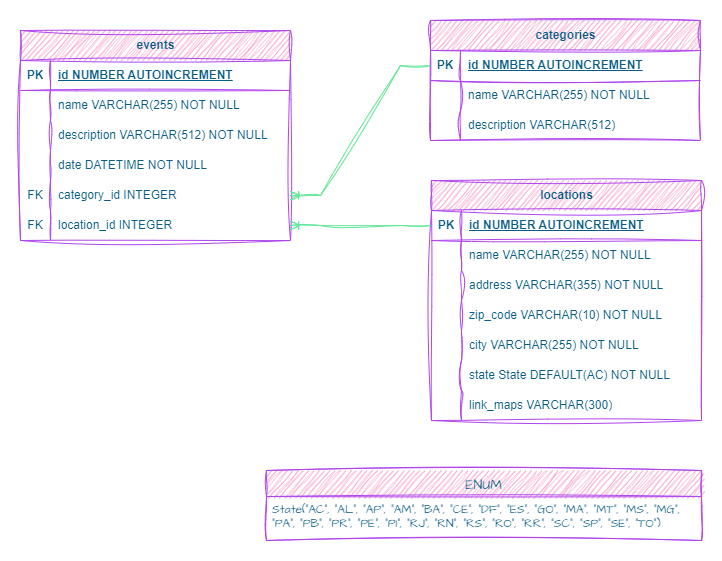
Above: DER.png in AvantiHeadHunters/gerenciamento-eventos-culturais (draw.io), before the change. Source tidied: cells renumbered, new cells last; positions are measured from the earlier drawing's top-left corner, leaving out a move shared by most shapes.
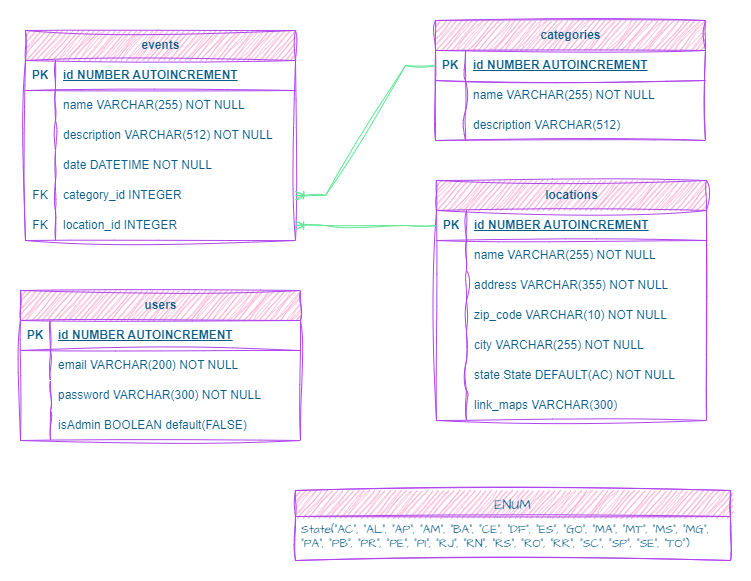
Above is the later version.

Diff of the diagram source:
```diff
@@ -162,7 +162,7 @@
       <mxGeometry relative="1" as="geometry" />
     </mxCell>
     <mxCell id="55" value="ENUM" style="swimlane;fontStyle=0;horizontal=1;startSize=26;align=center;fontSize=14;sketch=1;hachureGap=4;jiggle=2;curveFitting=1;fontFamily=Architects Daughter;fontSource=https%3A%2F%2Ffonts.googleapis.com%2Fcss%3Ffamily%3DArchitects%2BDaughter;labelBackgroundColor=none;fillColor=#F694C1;strokeColor=#AF45ED;fontColor=#095C86;" parent="1" vertex="1">
-      <mxGeometry x="246" y="450" width="435" height="70" as="geometry" />
+      <mxGeometry x="270" y="470" width="435" height="70" as="geometry" />
     </mxCell>
     <mxCell id="56" value="State(&quot;AC&quot;, &quot;AL&quot;, &quot;AP&quot;, &quot;AM&quot;, &quot;BA&quot;, &quot;CE&quot;, &quot;DF&quot;, &quot;ES&quot;, &quot;GO&quot;, &quot;MA&quot;, &quot;MT&quot;, &quot;MS&quot;, &quot;MG&quot;, &quot;PA&quot;, &quot;PB&quot;, &quot;PR&quot;, &quot;PE&quot;, &quot;PI&quot;, &quot;RJ&quot;, &quot;RN&quot;, &quot;RS&quot;, &quot;RO&quot;, &quot;RR&quot;, &quot;SC&quot;, &quot;SP&quot;, &quot;SE&quot;, &quot;TO&quot;)" style="text;strokeColor=none;fillColor=none;spacingLeft=4;spacingRight=4;overflow=hidden;fontSize=12;whiteSpace=wrap;html=1;fontFamily=Architects Daughter;fontSource=https%3A%2F%2Ffonts.googleapis.com%2Fcss%3Ffamily%3DArchitects%2BDaughter;labelBackgroundColor=none;fontColor=#095C86;" parent="55" vertex="1">
       <mxGeometry y="26" width="435" height="30" as="geometry" />
@@ -170,5 +170,44 @@
     <mxCell id="57" style="text;strokeColor=none;fillColor=none;spacingLeft=4;spacingRight=4;overflow=hidden;fontSize=12;whiteSpace=wrap;html=1;fontFamily=Architects Daughter;fontSource=https%3A%2F%2Ffonts.googleapis.com%2Fcss%3Ffamily%3DArchitects%2BDaughter;labelBackgroundColor=none;fontColor=#095C86;" parent="55" vertex="1">
       <mxGeometry y="56" width="435" height="14" as="geometry" />
     </mxCell>
+    <mxCell id="58" value="users" style="shape=table;startSize=30;rowLines=0;fontStyle=1;align=center;html=1;labelBackgroundColor=none;fillColor=#F694C1;strokeColor=#AF45ED;fontColor=#095C86;sketch=1;curveFitting=1;jiggle=2;" parent="1" vertex="1">
+      <mxGeometry x="-5" y="270" width="280" height="150" as="geometry" />
+    </mxCell>
+    <mxCell id="59" style="shape=tableRow;horizontal=0;startSize=0;swimlaneHead=0;swimlaneBody=0;fillColor=none;top=0;left=0;right=0;bottom=1;labelBackgroundColor=none;strokeColor=#AF45ED;fontColor=#095C86;sketch=1;curveFitting=1;jiggle=2;" parent="58" vertex="1">
+      <mxGeometry y="30" width="280" height="30" as="geometry" />
+    </mxCell>
+    <mxCell id="60" value="PK" style="shape=partialRectangle;fillColor=none;top=0;left=0;bottom=0;right=0;fontStyle=1;overflow=hidden;whiteSpace=wrap;html=1;labelBackgroundColor=none;strokeColor=#AF45ED;fontColor=#095C86;sketch=1;curveFitting=1;jiggle=2;" parent="59" vertex="1">
+      <mxGeometry width="30" height="30" as="geometry" />
+    </mxCell>
+    <mxCell id="61" value="id NUMBER AUTOINCREMENT" style="shape=partialRectangle;fillColor=none;top=0;left=0;bottom=0;right=0;align=left;spacingLeft=6;fontStyle=5;overflow=hidden;whiteSpace=wrap;html=1;labelBackgroundColor=none;strokeColor=#AF45ED;fontColor=#095C86;sketch=1;curveFitting=1;jiggle=2;" parent="59" vertex="1">
+      <mxGeometry x="30" width="250" height="30" as="geometry" />
+    </mxCell>
+    <mxCell id="62" style="shape=tableRow;horizontal=0;startSize=0;swimlaneHead=0;swimlaneBody=0;fillColor=none;top=0;left=0;right=0;bottom=0;labelBackgroundColor=none;strokeColor=#AF45ED;fontColor=#095C86;sketch=1;curveFitting=1;jiggle=2;" parent="58" vertex="1">
+      <mxGeometry y="60" width="280" height="30" as="geometry" />
+    </mxCell>
+    <mxCell id="63" style="shape=partialRectangle;fillColor=none;top=0;left=0;bottom=0;right=0;overflow=hidden;whiteSpace=wrap;html=1;labelBackgroundColor=none;strokeColor=#AF45ED;fontColor=#095C86;sketch=1;curveFitting=1;jiggle=2;" parent="62" vertex="1">
+      <mxGeometry width="30" height="30" as="geometry" />
+    </mxCell>
+    <mxCell id="64" value="email VARCHAR(200) NOT NULL" style="shape=partialRectangle;fillColor=none;top=0;left=0;bottom=0;right=0;align=left;spacingLeft=6;overflow=hidden;whiteSpace=wrap;html=1;labelBackgroundColor=none;strokeColor=#AF45ED;fontColor=#095C86;sketch=1;curveFitting=1;jiggle=2;" parent="62" vertex="1">
+      <mxGeometry x="30" width="250" height="30" as="geometry" />
+    </mxCell>
+    <mxCell id="65" style="shape=tableRow;horizontal=0;startSize=0;swimlaneHead=0;swimlaneBody=0;fillColor=none;top=0;left=0;right=0;bottom=0;labelBackgroundColor=none;strokeColor=#AF45ED;fontColor=#095C86;sketch=1;curveFitting=1;jiggle=2;" parent="58" vertex="1">
+      <mxGeometry y="90" width="280" height="30" as="geometry" />
+    </mxCell>
+    <mxCell id="66" style="shape=partialRectangle;fillColor=none;top=0;left=0;bottom=0;right=0;overflow=hidden;whiteSpace=wrap;html=1;labelBackgroundColor=none;strokeColor=#AF45ED;fontColor=#095C86;sketch=1;curveFitting=1;jiggle=2;" parent="65" vertex="1">
+      <mxGeometry width="30" height="30" as="geometry" />
+    </mxCell>
+    <mxCell id="67" value="password VARCHAR(300) NOT NULL" style="shape=partialRectangle;fillColor=none;top=0;left=0;bottom=0;right=0;align=left;spacingLeft=6;overflow=hidden;whiteSpace=wrap;html=1;labelBackgroundColor=none;strokeColor=#AF45ED;fontColor=#095C86;sketch=1;curveFitting=1;jiggle=2;" parent="65" vertex="1">
+      <mxGeometry x="30" width="250" height="30" as="geometry" />
+    </mxCell>
+    <mxCell id="68" style="shape=tableRow;horizontal=0;startSize=0;swimlaneHead=0;swimlaneBody=0;fillColor=none;top=0;left=0;right=0;bottom=0;labelBackgroundColor=none;strokeColor=#AF45ED;fontColor=#095C86;sketch=1;curveFitting=1;jiggle=2;" parent="58" vertex="1">
+      <mxGeometry y="120" width="280" height="30" as="geometry" />
+    </mxCell>
+    <mxCell id="69" style="shape=partialRectangle;fillColor=none;top=0;left=0;bottom=0;right=0;overflow=hidden;whiteSpace=wrap;html=1;labelBackgroundColor=none;strokeColor=#AF45ED;fontColor=#095C86;sketch=1;curveFitting=1;jiggle=2;" parent="68" vertex="1">
+      <mxGeometry width="30" height="30" as="geometry" />
+    </mxCell>
+    <mxCell id="70" value="isAdmin BOOLEAN default(FALSE)" style="shape=partialRectangle;fillColor=none;top=0;left=0;bottom=0;right=0;align=left;spacingLeft=6;overflow=hidden;whiteSpace=wrap;html=1;labelBackgroundColor=none;strokeColor=#AF45ED;fontColor=#095C86;sketch=1;curveFitting=1;jiggle=2;" parent="68" vertex="1">
+      <mxGeometry x="30" width="250" height="30" as="geometry" />
+    </mxCell>
   </root>
 </mxGraphModel>
```
